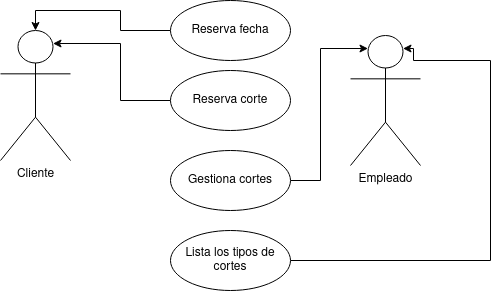
Above: doc/casos_uso/DrawIO/Casos-Uso.png in Jorgeev27/Servicio-Peluqueria (draw.io), before the change. Source tidied: cells renumbered, new cells last; positions are measured from the earlier drawing's top-left corner, leaving out a move shared by most shapes.
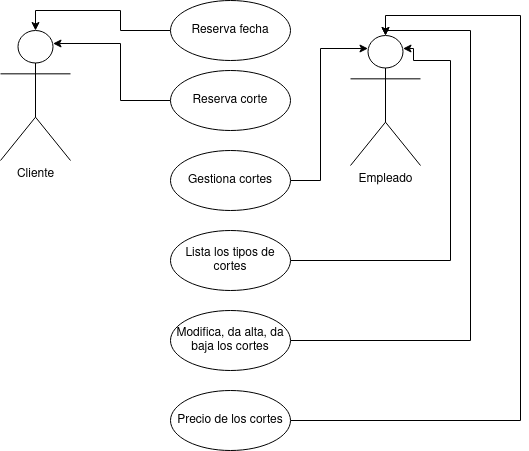
After the commit.

The edit, as a diff of the source:
```diff
@@ -29,14 +29,39 @@
     <mxCell id="10" style="edgeStyle=orthogonalEdgeStyle;rounded=0;jettySize=auto;html=1;exitX=1;exitY=0.5;exitDx=0;exitDy=0;entryX=0.75;entryY=0.1;entryDx=0;entryDy=0;entryPerimeter=0;" parent="1" edge="1" source="11" target="3">
       <mxGeometry relative="1" as="geometry">
         <Array as="points">
-          <mxPoint x="490" y="260" />
-          <mxPoint x="490" y="60" />
+          <mxPoint x="450" y="260" />
+          <mxPoint x="450" y="60" />
           <mxPoint x="413" y="60" />
+          <mxPoint x="413" y="48" />
         </Array>
       </mxGeometry>
     </mxCell>
     <mxCell id="11" value="Lista los tipos de cortes" style="ellipse;whiteSpace=wrap;html=1;" parent="1" vertex="1">
       <mxGeometry x="170" y="230" width="120" height="60" as="geometry" />
     </mxCell>
+    <mxCell id="12" style="edgeStyle=orthogonalEdgeStyle;rounded=0;jettySize=auto;html=1;exitX=1;exitY=0.5;exitDx=0;exitDy=0;entryX=0.5;entryY=0;entryDx=0;entryDy=0;entryPerimeter=0;" parent="1" edge="1" source="13" target="3">
+      <mxGeometry relative="1" as="geometry">
+        <Array as="points">
+          <mxPoint x="470" y="340" />
+          <mxPoint x="470" y="30" />
+          <mxPoint x="385" y="30" />
+        </Array>
+      </mxGeometry>
+    </mxCell>
+    <mxCell id="13" value="Modifica, da alta, da baja los cortes" style="ellipse;whiteSpace=wrap;html=1;" parent="1" vertex="1">
+      <mxGeometry x="170" y="310" width="120" height="60" as="geometry" />
+    </mxCell>
+    <mxCell id="14" style="edgeStyle=orthogonalEdgeStyle;rounded=0;jettySize=auto;html=1;exitX=1;exitY=0.5;exitDx=0;exitDy=0;entryX=0.5;entryY=0;entryDx=0;entryDy=0;entryPerimeter=0;" parent="1" edge="1" source="15" target="3">
+      <mxGeometry relative="1" as="geometry">
+        <Array as="points">
+          <mxPoint x="520" y="420" />
+          <mxPoint x="520" y="15" />
+          <mxPoint x="385" y="15" />
+        </Array>
+      </mxGeometry>
+    </mxCell>
+    <mxCell id="15" value="Precio de los cortes" style="ellipse;whiteSpace=wrap;html=1;" parent="1" vertex="1">
+      <mxGeometry x="170" y="390" width="120" height="60" as="geometry" />
+    </mxCell>
   </root>
 </mxGraphModel>
```
